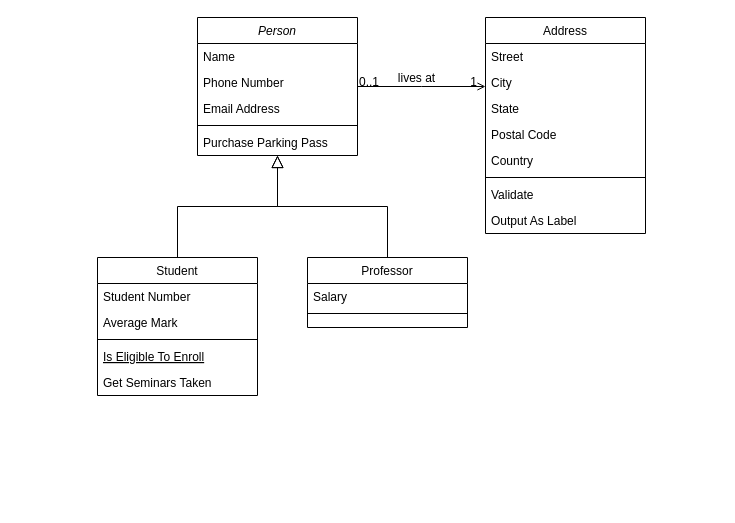
Before: 매지컬 오목.drawio in nilbace/Magical_Gomoku, a draw.io diagram. Source tidied: cells renumbered, new cells numbered last; positions are measured from the earlier drawing's top-left corner, leaving out a move shared by most shapes. Both pictures are drawn from the tidied source at 100%, with x=0, y=0 at pixel (97, 17).
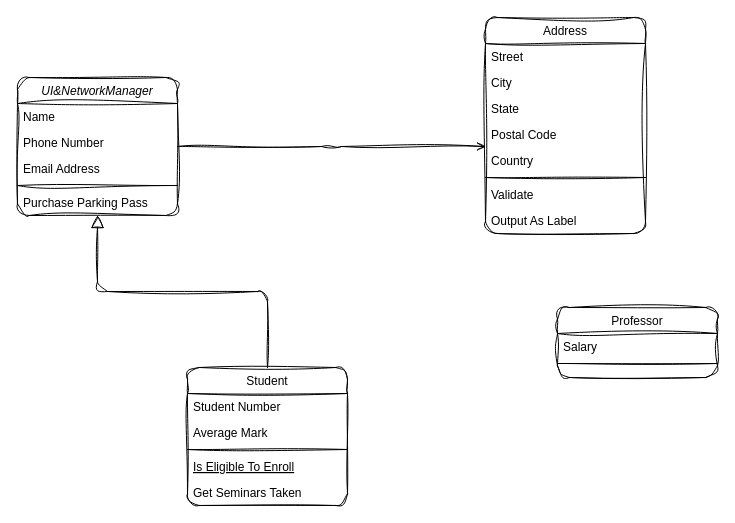
The same page after the edit.

Commit message:
매지컬 오목.drawio 업데이트

The edit, as a diff of the source:
```diff
@@
-    <mxCell id="2" value="Person" style="swimlane;fontStyle=2;align=center;verticalAlign=top;horizontal=1;startSize=26;rounded=0;shadow=0;strokeWidth=1;" parent="1" vertex="1">
-      <mxGeometry x="100" width="160" height="138" as="geometry" />
+    <mxCell id="2" value="UI&amp;NetworkManager" style="swimlane;fontStyle=2;align=center;verticalAlign=top;horizontal=1;startSize=26;rounded=1;shadow=0;strokeWidth=1;sketch=1;curveFitting=1;jiggle=2;labelBackgroundColor=none;" parent="1" vertex="1">
+      <mxGeometry x="-80" y="60" width="160" height="138" as="geometry" />
     </mxCell>
-    <mxCell id="3" value="Name" style="text;align=left;verticalAlign=top;spacingLeft=4;spacingRight=4;overflow=hidden;" parent="2" vertex="1">
+    <mxCell id="3" value="Name" style="text;align=left;verticalAlign=top;spacingLeft=4;spacingRight=4;overflow=hidden;sketch=1;curveFitting=1;jiggle=2;labelBackgroundColor=none;rounded=1;" parent="2" vertex="1">
       <mxGeometry y="26" width="160" height="26" as="geometry" />
     </mxCell>
-    <mxCell id="4" value="Phone Number" style="text;align=left;verticalAlign=top;spacingLeft=4;spacingRight=4;overflow=hidden;rounded=0;shadow=0;html=0;" parent="2" vertex="1">
+    <mxCell id="4" value="Phone Number" style="text;align=left;verticalAlign=top;spacingLeft=4;spacingRight=4;overflow=hidden;rounded=1;shadow=0;html=0;sketch=1;curveFitting=1;jiggle=2;labelBackgroundColor=none;" parent="2" vertex="1">
       <mxGeometry y="52" width="160" height="26" as="geometry" />
     </mxCell>
-    <mxCell id="5" value="Email Address" style="text;align=left;verticalAlign=top;spacingLeft=4;spacingRight=4;overflow=hidden;rounded=0;shadow=0;html=0;" parent="2" vertex="1">
+    <mxCell id="5" value="Email Address" style="text;align=left;verticalAlign=top;spacingLeft=4;spacingRight=4;overflow=hidden;rounded=1;shadow=0;html=0;sketch=1;curveFitting=1;jiggle=2;labelBackgroundColor=none;" parent="2" vertex="1">
       <mxGeometry y="78" width="160" height="26" as="geometry" />
     </mxCell>
-    <mxCell id="6" style="line;html=1;strokeWidth=1;align=left;verticalAlign=middle;spacingTop=-1;spacingLeft=3;spacingRight=3;labelPosition=right;" parent="2" vertex="1">
+    <mxCell id="6" style="line;html=1;strokeWidth=1;align=left;verticalAlign=middle;spacingTop=-1;spacingLeft=3;spacingRight=3;labelPosition=right;sketch=1;curveFitting=1;jiggle=2;labelBackgroundColor=none;rounded=1;" parent="2" vertex="1">
       <mxGeometry y="104" width="160" height="8" as="geometry" />
     </mxCell>
-    <mxCell id="7" value="Purchase Parking Pass" style="text;align=left;verticalAlign=top;spacingLeft=4;spacingRight=4;overflow=hidden;" parent="2" vertex="1">
+    <mxCell id="7" value="Purchase Parking Pass" style="text;align=left;verticalAlign=top;spacingLeft=4;spacingRight=4;overflow=hidden;sketch=1;curveFitting=1;jiggle=2;labelBackgroundColor=none;rounded=1;" parent="2" vertex="1">
       <mxGeometry y="112" width="160" height="26" as="geometry" />
     </mxCell>
-    <mxCell id="8" value="Student" style="swimlane;fontStyle=0;align=center;verticalAlign=top;horizontal=1;startSize=26;rounded=0;shadow=0;strokeWidth=1;" parent="1" vertex="1">
-      <mxGeometry y="240" width="160" height="138" as="geometry" />
+    <mxCell id="8" value="Student" style="swimlane;fontStyle=0;align=center;verticalAlign=top;horizontal=1;startSize=26;rounded=1;shadow=0;strokeWidth=1;sketch=1;curveFitting=1;jiggle=2;labelBackgroundColor=none;" parent="1" vertex="1">
+      <mxGeometry x="90" y="350" width="160" height="138" as="geometry" />
     </mxCell>
-    <mxCell id="9" value="Student Number" style="text;align=left;verticalAlign=top;spacingLeft=4;spacingRight=4;overflow=hidden;" parent="8" vertex="1">
+    <mxCell id="9" value="Student Number" style="text;align=left;verticalAlign=top;spacingLeft=4;spacingRight=4;overflow=hidden;sketch=1;curveFitting=1;jiggle=2;labelBackgroundColor=none;rounded=1;" parent="8" vertex="1">
       <mxGeometry y="26" width="160" height="26" as="geometry" />
     </mxCell>
-    <mxCell id="10" value="Average Mark" style="text;align=left;verticalAlign=top;spacingLeft=4;spacingRight=4;overflow=hidden;rounded=0;shadow=0;html=0;" parent="8" vertex="1">
+    <mxCell id="10" value="Average Mark" style="text;align=left;verticalAlign=top;spacingLeft=4;spacingRight=4;overflow=hidden;rounded=1;shadow=0;html=0;sketch=1;curveFitting=1;jiggle=2;labelBackgroundColor=none;" parent="8" vertex="1">
       <mxGeometry y="52" width="160" height="26" as="geometry" />
     </mxCell>
-    <mxCell id="11" style="line;html=1;strokeWidth=1;align=left;verticalAlign=middle;spacingTop=-1;spacingLeft=3;spacingRight=3;labelPosition=right;" parent="8" vertex="1">
+    <mxCell id="11" style="line;html=1;strokeWidth=1;align=left;verticalAlign=middle;spacingTop=-1;spacingLeft=3;spacingRight=3;labelPosition=right;sketch=1;curveFitting=1;jiggle=2;labelBackgroundColor=none;rounded=1;" parent="8" vertex="1">
       <mxGeometry y="78" width="160" height="8" as="geometry" />
     </mxCell>
-    <mxCell id="12" value="Is Eligible To Enroll" style="text;align=left;verticalAlign=top;spacingLeft=4;spacingRight=4;overflow=hidden;fontStyle=4;" parent="8" vertex="1">
+    <mxCell id="12" value="Is Eligible To Enroll" style="text;align=left;verticalAlign=top;spacingLeft=4;spacingRight=4;overflow=hidden;fontStyle=4;sketch=1;curveFitting=1;jiggle=2;labelBackgroundColor=none;rounded=1;" parent="8" vertex="1">
       <mxGeometry y="86" width="160" height="26" as="geometry" />
     </mxCell>
-    <mxCell id="13" value="Get Seminars Taken" style="text;align=left;verticalAlign=top;spacingLeft=4;spacingRight=4;overflow=hidden;" parent="8" vertex="1">
+    <mxCell id="13" value="Get Seminars Taken" style="text;align=left;verticalAlign=top;spacingLeft=4;spacingRight=4;overflow=hidden;sketch=1;curveFitting=1;jiggle=2;labelBackgroundColor=none;rounded=1;" parent="8" vertex="1">
       <mxGeometry y="112" width="160" height="26" as="geometry" />
     </mxCell>
-    <mxCell id="14" style="endArrow=block;endSize=10;endFill=0;shadow=0;strokeWidth=1;rounded=0;edgeStyle=elbowEdgeStyle;elbow=vertical;" parent="1" edge="1" source="8" target="2">
+    <mxCell id="14" style="endArrow=block;endSize=10;endFill=0;shadow=0;strokeWidth=1;rounded=1;edgeStyle=elbowEdgeStyle;elbow=vertical;sketch=1;curveFitting=1;jiggle=2;labelBackgroundColor=none;fontColor=default;" parent="1" edge="1" source="8" target="2">
       <mxGeometry relative="1" as="geometry" />
     </mxCell>
-    <mxCell id="15" value="Professor" style="swimlane;fontStyle=0;align=center;verticalAlign=top;horizontal=1;startSize=26;rounded=0;shadow=0;strokeWidth=1;" parent="1" vertex="1">
-      <mxGeometry x="210" y="240" width="160" height="70" as="geometry" />
+    <mxCell id="15" value="Professor" style="swimlane;fontStyle=0;align=center;verticalAlign=top;horizontal=1;startSize=26;rounded=1;shadow=0;strokeWidth=1;sketch=1;curveFitting=1;jiggle=2;labelBackgroundColor=none;" parent="1" vertex="1">
+      <mxGeometry x="460" y="290" width="160" height="70" as="geometry" />
     </mxCell>
-    <mxCell id="16" value="Salary" style="text;align=left;verticalAlign=top;spacingLeft=4;spacingRight=4;overflow=hidden;" parent="15" vertex="1">
+    <mxCell id="16" value="Salary" style="text;align=left;verticalAlign=top;spacingLeft=4;spacingRight=4;overflow=hidden;sketch=1;curveFitting=1;jiggle=2;labelBackgroundColor=none;rounded=1;" parent="15" vertex="1">
       <mxGeometry y="26" width="160" height="26" as="geometry" />
     </mxCell>
-    <mxCell id="17" style="line;html=1;strokeWidth=1;align=left;verticalAlign=middle;spacingTop=-1;spacingLeft=3;spacingRight=3;labelPosition=right;" parent="15" vertex="1">
+    <mxCell id="17" style="line;html=1;strokeWidth=1;align=left;verticalAlign=middle;spacingTop=-1;spacingLeft=3;spacingRight=3;labelPosition=right;sketch=1;curveFitting=1;jiggle=2;labelBackgroundColor=none;rounded=1;" parent="15" vertex="1">
       <mxGeometry y="52" width="160" height="8" as="geometry" />
     </mxCell>
-    <mxCell id="18" style="endArrow=block;endSize=10;endFill=0;shadow=0;strokeWidth=1;rounded=0;edgeStyle=elbowEdgeStyle;elbow=vertical;" parent="1" edge="1" source="15" target="2">
-      <mxGeometry relative="1" as="geometry" />
-    </mxCell>
-    <mxCell id="19" value="Address" style="swimlane;fontStyle=0;align=center;verticalAlign=top;horizontal=1;startSize=26;rounded=0;shadow=0;strokeWidth=1;" parent="1" vertex="1">
+    <mxCell id="19" value="Address" style="swimlane;fontStyle=0;align=center;verticalAlign=top;horizontal=1;startSize=26;rounded=1;shadow=0;strokeWidth=1;sketch=1;curveFitting=1;jiggle=2;labelBackgroundColor=none;" parent="1" vertex="1">
       <mxGeometry x="388" width="160" height="216" as="geometry" />
     </mxCell>
-    <mxCell id="20" value="Street" style="text;align=left;verticalAlign=top;spacingLeft=4;spacingRight=4;overflow=hidden;" parent="19" vertex="1">
+    <mxCell id="20" value="Street" style="text;align=left;verticalAlign=top;spacingLeft=4;spacingRight=4;overflow=hidden;sketch=1;curveFitting=1;jiggle=2;labelBackgroundColor=none;rounded=1;" parent="19" vertex="1">
       <mxGeometry y="26" width="160" height="26" as="geometry" />
     </mxCell>
-    <mxCell id="21" value="City" style="text;align=left;verticalAlign=top;spacingLeft=4;spacingRight=4;overflow=hidden;rounded=0;shadow=0;html=0;" parent="19" vertex="1">
+    <mxCell id="21" value="City" style="text;align=left;verticalAlign=top;spacingLeft=4;spacingRight=4;overflow=hidden;rounded=1;shadow=0;html=0;sketch=1;curveFitting=1;jiggle=2;labelBackgroundColor=none;" parent="19" vertex="1">
       <mxGeometry y="52" width="160" height="26" as="geometry" />
     </mxCell>
-    <mxCell id="22" value="State" style="text;align=left;verticalAlign=top;spacingLeft=4;spacingRight=4;overflow=hidden;rounded=0;shadow=0;html=0;" parent="19" vertex="1">
+    <mxCell id="22" value="State" style="text;align=left;verticalAlign=top;spacingLeft=4;spacingRight=4;overflow=hidden;rounded=1;shadow=0;html=0;sketch=1;curveFitting=1;jiggle=2;labelBackgroundColor=none;" parent="19" vertex="1">
       <mxGeometry y="78" width="160" height="26" as="geometry" />
     </mxCell>
-    <mxCell id="23" value="Postal Code" style="text;align=left;verticalAlign=top;spacingLeft=4;spacingRight=4;overflow=hidden;rounded=0;shadow=0;html=0;" parent="19" vertex="1">
+    <mxCell id="23" value="Postal Code" style="text;align=left;verticalAlign=top;spacingLeft=4;spacingRight=4;overflow=hidden;rounded=1;shadow=0;html=0;sketch=1;curveFitting=1;jiggle=2;labelBackgroundColor=none;" parent="19" vertex="1">
       <mxGeometry y="104" width="160" height="26" as="geometry" />
     </mxCell>
-    <mxCell id="24" value="Country" style="text;align=left;verticalAlign=top;spacingLeft=4;spacingRight=4;overflow=hidden;rounded=0;shadow=0;html=0;" parent="19" vertex="1">
+    <mxCell id="24" value="Country" style="text;align=left;verticalAlign=top;spacingLeft=4;spacingRight=4;overflow=hidden;rounded=1;shadow=0;html=0;sketch=1;curveFitting=1;jiggle=2;labelBackgroundColor=none;" parent="19" vertex="1">
       <mxGeometry y="130" width="160" height="26" as="geometry" />
     </mxCell>
-    <mxCell id="25" style="line;html=1;strokeWidth=1;align=left;verticalAlign=middle;spacingTop=-1;spacingLeft=3;spacingRight=3;labelPosition=right;" parent="19" vertex="1">
+    <mxCell id="25" style="line;html=1;strokeWidth=1;align=left;verticalAlign=middle;spacingTop=-1;spacingLeft=3;spacingRight=3;labelPosition=right;sketch=1;curveFitting=1;jiggle=2;labelBackgroundColor=none;rounded=1;" parent="19" vertex="1">
       <mxGeometry y="156" width="160" height="8" as="geometry" />
     </mxCell>
-    <mxCell id="26" value="Validate" style="text;align=left;verticalAlign=top;spacingLeft=4;spacingRight=4;overflow=hidden;" parent="19" vertex="1">
+    <mxCell id="26" value="Validate" style="text;align=left;verticalAlign=top;spacingLeft=4;spacingRight=4;overflow=hidden;sketch=1;curveFitting=1;jiggle=2;labelBackgroundColor=none;rounded=1;" parent="19" vertex="1">
       <mxGeometry y="164" width="160" height="26" as="geometry" />
     </mxCell>
-    <mxCell id="27" value="Output As Label" style="text;align=left;verticalAlign=top;spacingLeft=4;spacingRight=4;overflow=hidden;" parent="19" vertex="1">
+    <mxCell id="27" value="Output As Label" style="text;align=left;verticalAlign=top;spacingLeft=4;spacingRight=4;overflow=hidden;sketch=1;curveFitting=1;jiggle=2;labelBackgroundColor=none;rounded=1;" parent="19" vertex="1">
       <mxGeometry y="190" width="160" height="26" as="geometry" />
     </mxCell>
-    <mxCell id="28" style="endArrow=open;shadow=0;strokeWidth=1;rounded=0;endFill=1;edgeStyle=elbowEdgeStyle;elbow=vertical;" parent="1" edge="1" source="2" target="19">
+    <mxCell id="28" style="endArrow=open;shadow=0;strokeWidth=1;rounded=1;endFill=1;edgeStyle=elbowEdgeStyle;elbow=vertical;sketch=1;curveFitting=1;jiggle=2;labelBackgroundColor=none;fontColor=default;" parent="1" edge="1" source="2" target="19">
       <mxGeometry x="0.5" y="41" relative="1" as="geometry">
         <mxPoint x="-40" y="32" as="offset" />
       </mxGeometry>
     </mxCell>
-    <mxCell id="29" value="0..1" style="align=left;verticalAlign=bottom;labelBackgroundColor=none;fontSize=12;" parent="28" vertex="1">
-      <mxGeometry x="-1" relative="1" as="geometry">
-        <mxPoint y="4" as="offset" />
-      </mxGeometry>
-    </mxCell>
-    <mxCell id="30" value="1" style="align=right;verticalAlign=bottom;labelBackgroundColor=none;fontSize=12;" parent="28" vertex="1">
-      <mxGeometry x="1" relative="1" as="geometry">
-        <mxPoint x="-7" y="4" as="offset" />
-      </mxGeometry>
-    </mxCell>
-    <mxCell id="31" value="lives at" style="text;html=1;align=center;verticalAlign=middle;labelBackgroundColor=none;rounded=0;shadow=0;strokeWidth=1;fontSize=12;" parent="28" vertex="1">
-      <mxGeometry x="0.5" y="49" relative="1" as="geometry">
-        <mxPoint x="-38" y="40" as="offset" />
-      </mxGeometry>
-    </mxCell>
```
